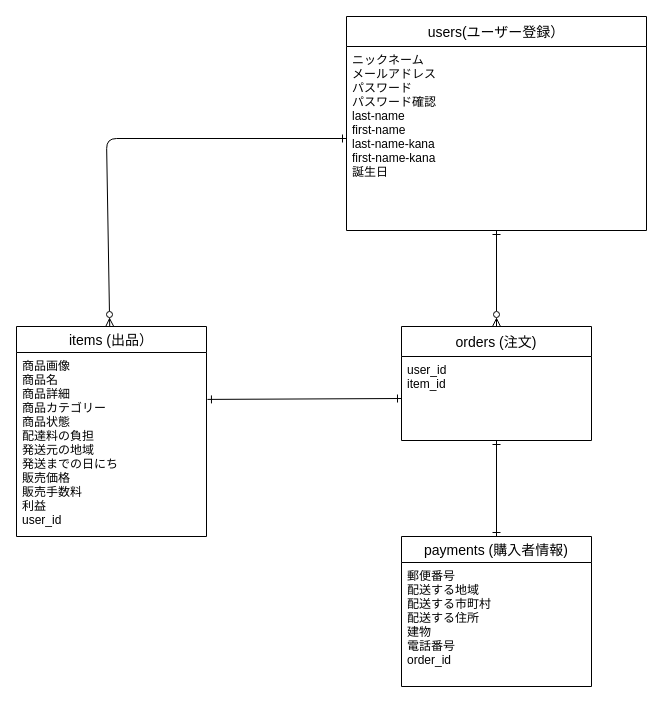
Earlier version of the draw.io diagram test.dio (youuoyman/furima-38285). Source tidied: cells renumbered, new cells numbered last; positions are measured from the earlier drawing's top-left corner, leaving out a move shared by most shapes. Both pictures are drawn from the tidied source at 100%, with x=0, y=0 at pixel (16, 16).
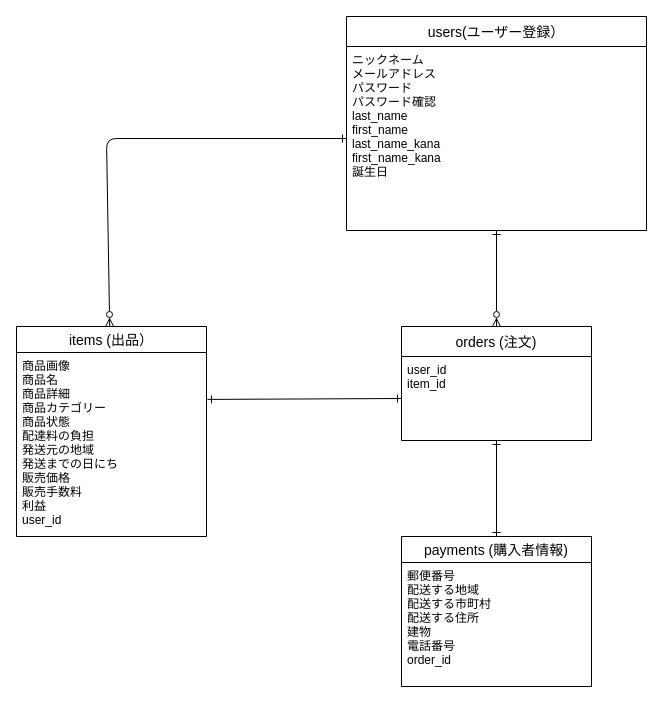
Above is the later version.

Commit message (it also covers changes not shown here):
READMEとER図の修正

The edit, as a diff of the source:
```diff
@@
 <mxGraphModel>
   <root>
     <mxCell id="0" />
     <mxCell id="1" parent="0" />
     <mxCell id="2" value="users(ユーザー登録）" style="swimlane;fontStyle=0;horizontal=1;startSize=30;align=center;fontSize=14;" parent="1" vertex="1">
       <mxGeometry x="330" width="300" height="214" as="geometry" />
     </mxCell>
-    <mxCell id="3" value="ニックネーム&#10;メールアドレス&#10;パスワード&#10;パスワード確認&#10;last-name&#10;first-name&#10;last-name-kana&#10;first-name-kana&#10;誕生日&#10;" style="text;strokeColor=none;fillColor=none;spacingLeft=4;spacingRight=4;overflow=hidden;points=[[0,0.5],[1,0.5]];portConstraint=eastwest;fontSize=12;" parent="2" vertex="1">
+    <mxCell id="3" value="ニックネーム&#10;メールアドレス&#10;パスワード&#10;パスワード確認&#10;last_name&#10;first_name&#10;last_name_kana&#10;first_name_kana&#10;誕生日&#10;" style="text;strokeColor=none;fillColor=none;spacingLeft=4;spacingRight=4;overflow=hidden;points=[[0,0.5],[1,0.5]];portConstraint=eastwest;fontSize=12;" parent="2" vertex="1">
       <mxGeometry y="30" width="300" height="184" as="geometry" />
     </mxCell>
     <mxCell id="4" style="edgeStyle=none;html=1;entryX=0;entryY=0.5;entryDx=0;entryDy=0;startArrow=ERzeroToMany;startFill=0;endArrow=ERone;endFill=0;" parent="1" edge="1" source="5" target="3">
       <mxGeometry relative="1" as="geometry">
         <Array as="points">
           <mxPoint x="90" y="122" />
         </Array>
       </mxGeometry>
     </mxCell>
     <mxCell id="5" value="items (出品）" style="swimlane;fontStyle=0;horizontal=1;startSize=26;align=center;fontSize=14;" parent="1" vertex="1">
       <mxGeometry y="310" width="190" height="210" as="geometry" />
     </mxCell>
     <mxCell id="6" value="商品画像&#10;商品名&#10;商品詳細&#10;商品カテゴリー&#10;商品状態&#10;配達料の負担&#10;発送元の地域&#10;発送までの日にち&#10;販売価格&#10;販売手数料&#10;利益&#10;user_id&#10;" style="text;strokeColor=none;fillColor=none;spacingLeft=4;spacingRight=4;overflow=hidden;points=[[0,0.5],[1,0.5]];portConstraint=eastwest;fontSize=12;" parent="5" vertex="1">
       <mxGeometry y="26" width="190" height="184" as="geometry" />
     </mxCell>
     <mxCell id="7" value="orders (注文)" style="swimlane;fontStyle=0;horizontal=1;startSize=30;align=center;fontSize=14;" parent="1" vertex="1">
       <mxGeometry x="385" y="310" width="190" height="114" as="geometry" />
     </mxCell>
     <mxCell id="8" value="user_id&#10;item_id" style="text;strokeColor=none;fillColor=none;spacingLeft=4;spacingRight=4;overflow=hidden;points=[[0,0.5],[1,0.5]];portConstraint=eastwest;fontSize=12;" parent="7" vertex="1">
       <mxGeometry y="30" width="190" height="84" as="geometry" />
     </mxCell>
     <mxCell id="9" value="payments (購入者情報)" style="swimlane;fontStyle=0;horizontal=1;startSize=26;align=center;fontSize=14;" parent="1" vertex="1">
       <mxGeometry x="385" y="520" width="190" height="150" as="geometry" />
     </mxCell>
     <mxCell id="10" value="郵便番号&#10;配送する地域&#10;配送する市町村&#10;配送する住所&#10;建物&#10;電話番号&#10;order_id" style="text;strokeColor=none;fillColor=none;spacingLeft=4;spacingRight=4;overflow=hidden;fontSize=12;" parent="9" vertex="1">
       <mxGeometry y="26" width="190" height="124" as="geometry" />
     </mxCell>
     <mxCell id="11" style="edgeStyle=none;html=1;entryX=0.5;entryY=0;entryDx=0;entryDy=0;startArrow=ERone;startFill=0;endArrow=ERzeroToMany;endFill=0;" parent="1" edge="1" source="3" target="7">
       <mxGeometry relative="1" as="geometry" />
     </mxCell>
     <mxCell id="12" style="edgeStyle=none;html=1;entryX=0;entryY=0.5;entryDx=0;entryDy=0;startArrow=ERone;startFill=0;endArrow=ERone;endFill=0;exitX=1.005;exitY=0.255;exitDx=0;exitDy=0;exitPerimeter=0;" parent="1" edge="1" source="6" target="8">
       <mxGeometry relative="1" as="geometry" />
     </mxCell>
     <mxCell id="13" style="edgeStyle=none;html=1;entryX=0.5;entryY=0;entryDx=0;entryDy=0;startArrow=ERone;startFill=0;endArrow=ERone;endFill=0;" parent="1" edge="1" source="8" target="9">
       <mxGeometry relative="1" as="geometry" />
     </mxCell>
   </root>
 </mxGraphModel>
```
